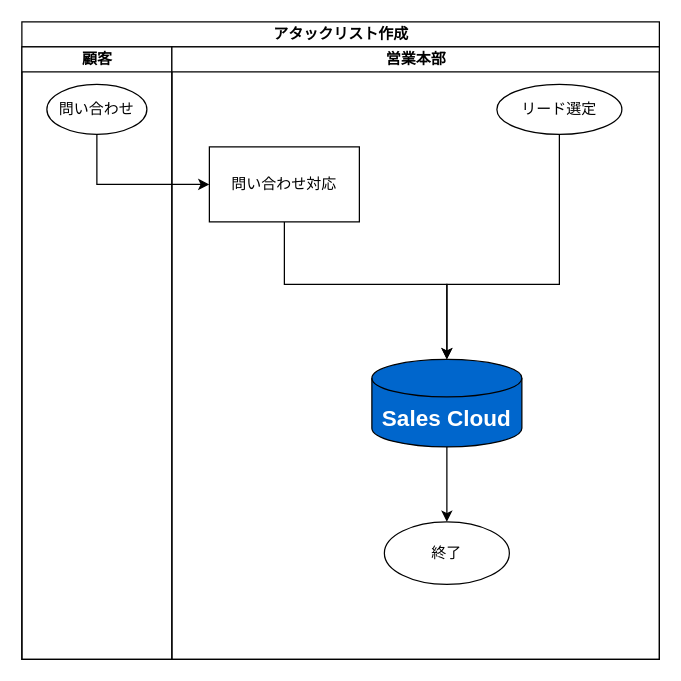
TaikiHorita/TaikiRepository keeps this draw.io diagram as page "アタックリスト作成" (1 of 3) of 20230622To-Be業務フロー図.drawio. Above is the earlier version. Source tidied: cells renumbered, new cells numbered last; positions are measured from the earlier drawing's top-left corner, leaving out a move shared by most shapes. Both pictures are drawn from the tidied source at 125%, with x=0, y=0 at pixel (21, 21).
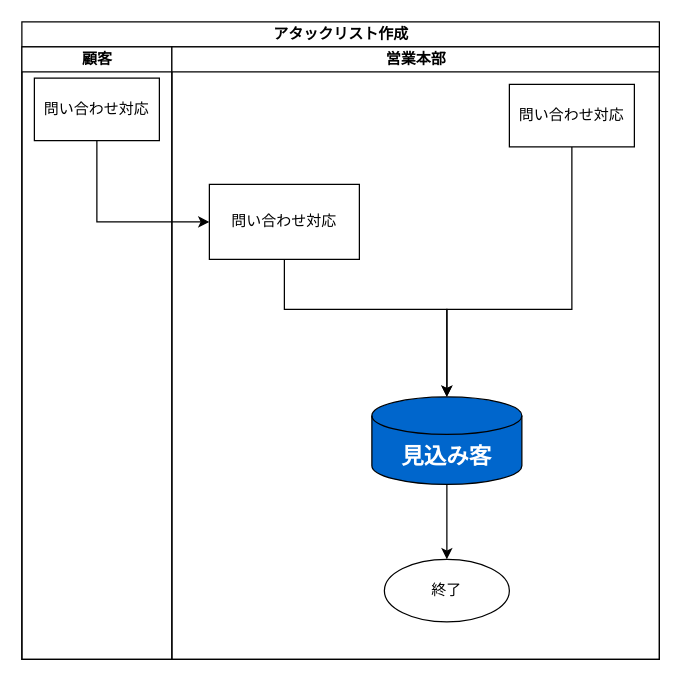
Above is the later version.

Diff of the diagram source:
```diff
@@
 <mxGraphModel>
   <root>
     <mxCell id="0" />
     <mxCell id="1" parent="0" />
     <mxCell id="2" value="アタックリスト作成" style="swimlane;startSize=20;html=1;" parent="1" vertex="1">
       <mxGeometry width="510" height="510" as="geometry" />
     </mxCell>
     <mxCell id="3" value="顧客" style="swimlane;startSize=20;html=1;" parent="2" vertex="1">
       <mxGeometry y="20" width="120" height="490" as="geometry" />
     </mxCell>
-    <mxCell id="4" value="問い合わせ" style="ellipse;whiteSpace=wrap;html=1;" parent="3" vertex="1">
-      <mxGeometry x="20" y="30" width="80" height="40" as="geometry" />
-    </mxCell>
+    <mxCell id="14" value="問い合わせ対応" style="rounded=0;whiteSpace=wrap;html=1;" parent="3" vertex="1">
+      <mxGeometry x="10" y="25" width="100" height="50" as="geometry" />
+    </mxCell>
     <mxCell id="5" value="営業本部" style="swimlane;startSize=20;html=1;" parent="2" vertex="1">
       <mxGeometry x="120" y="20" width="390" height="490" as="geometry" />
     </mxCell>
     <mxCell id="6" style="edgeStyle=orthogonalEdgeStyle;rounded=0;jettySize=auto;html=1;exitX=0.5;exitY=1;exitDx=0;exitDy=0;entryX=0.5;entryY=0;entryDx=0;entryDy=0;entryPerimeter=0;" parent="5" edge="1" source="7" target="11">
       <mxGeometry relative="1" as="geometry">
         <Array as="points">
-          <mxPoint x="90" y="190" />
-          <mxPoint x="220" y="190" />
+          <mxPoint x="90" y="210" />
+          <mxPoint x="220" y="210" />
         </Array>
       </mxGeometry>
     </mxCell>
     <mxCell id="7" value="問い合わせ対応" style="rounded=0;whiteSpace=wrap;html=1;" parent="5" vertex="1">
-      <mxGeometry x="30" y="80" width="120" height="60" as="geometry" />
+      <mxGeometry x="30" y="110" width="120" height="60" as="geometry" />
     </mxCell>
-    <mxCell id="8" style="edgeStyle=orthogonalEdgeStyle;rounded=0;jettySize=auto;html=1;exitX=0.5;exitY=1;exitDx=0;exitDy=0;entryX=0.5;entryY=0;entryDx=0;entryDy=0;entryPerimeter=0;" parent="5" edge="1" source="9" target="11">
-      <mxGeometry relative="1" as="geometry">
-        <Array as="points">
-          <mxPoint x="310" y="190" />
-          <mxPoint x="220" y="190" />
-        </Array>
-      </mxGeometry>
-    </mxCell>
-    <mxCell id="9" value="リード選定" style="ellipse;whiteSpace=wrap;html=1;" parent="5" vertex="1">
-      <mxGeometry x="260" y="30" width="100" height="40" as="geometry" />
-    </mxCell>
     <mxCell id="10" style="edgeStyle=orthogonalEdgeStyle;rounded=0;jettySize=auto;html=1;exitX=0.5;exitY=1;exitDx=0;exitDy=0;exitPerimeter=0;entryX=0.5;entryY=0;entryDx=0;entryDy=0;" parent="5" edge="1" source="11" target="12">
       <mxGeometry relative="1" as="geometry" />
     </mxCell>
-    <mxCell id="11" value="&lt;font style=&quot;font-size: 18px;&quot; color=&quot;#ffffff&quot;&gt;&lt;b&gt;Sales Cloud&lt;/b&gt;&lt;/font&gt;" style="shape=cylinder3;whiteSpace=wrap;html=1;boundedLbl=1;backgroundOutline=1;size=15;fillColor=#0066CC;" parent="5" vertex="1">
-      <mxGeometry x="160" y="250" width="120" height="70" as="geometry" />
+    <mxCell id="11" value="&lt;font color=&quot;#ffffff&quot;&gt;&lt;span style=&quot;font-size: 18px;&quot;&gt;&lt;b&gt;見込み客&lt;/b&gt;&lt;/span&gt;&lt;/font&gt;" style="shape=cylinder3;whiteSpace=wrap;html=1;boundedLbl=1;backgroundOutline=1;size=15;fillColor=#0066CC;" parent="5" vertex="1">
+      <mxGeometry x="160" y="280" width="120" height="70" as="geometry" />
     </mxCell>
     <mxCell id="12" value="終了" style="ellipse;whiteSpace=wrap;html=1;" parent="5" vertex="1">
-      <mxGeometry x="170" y="380" width="100" height="50" as="geometry" />
+      <mxGeometry x="170" y="410" width="100" height="50" as="geometry" />
     </mxCell>
-    <mxCell id="13" style="edgeStyle=orthogonalEdgeStyle;rounded=0;jettySize=auto;html=1;exitX=0.5;exitY=1;exitDx=0;exitDy=0;entryX=0;entryY=0.5;entryDx=0;entryDy=0;" parent="2" edge="1" source="4" target="7">
-      <mxGeometry relative="1" as="geometry" />
-    </mxCell>
+    <mxCell id="15" style="edgeStyle=orthogonalEdgeStyle;rounded=0;jettySize=auto;html=1;exitX=0.5;exitY=1;exitDx=0;exitDy=0;entryX=0.5;entryY=0;entryDx=0;entryDy=0;entryPerimeter=0;" parent="5" edge="1" source="16" target="11">
+      <mxGeometry relative="1" as="geometry">
+        <Array as="points">
+          <mxPoint x="320" y="210" />
+          <mxPoint x="220" y="210" />
+        </Array>
+      </mxGeometry>
+    </mxCell>
+    <mxCell id="16" value="問い合わせ対応" style="rounded=0;whiteSpace=wrap;html=1;" parent="5" vertex="1">
+      <mxGeometry x="270" y="30" width="100" height="50" as="geometry" />
+    </mxCell>
+    <mxCell id="17" style="edgeStyle=orthogonalEdgeStyle;rounded=0;jettySize=auto;html=1;exitX=0.5;exitY=1;exitDx=0;exitDy=0;entryX=0;entryY=0.5;entryDx=0;entryDy=0;" parent="2" edge="1" source="14" target="7">
+      <mxGeometry relative="1" as="geometry" />
+    </mxCell>
   </root>
 </mxGraphModel>
```
